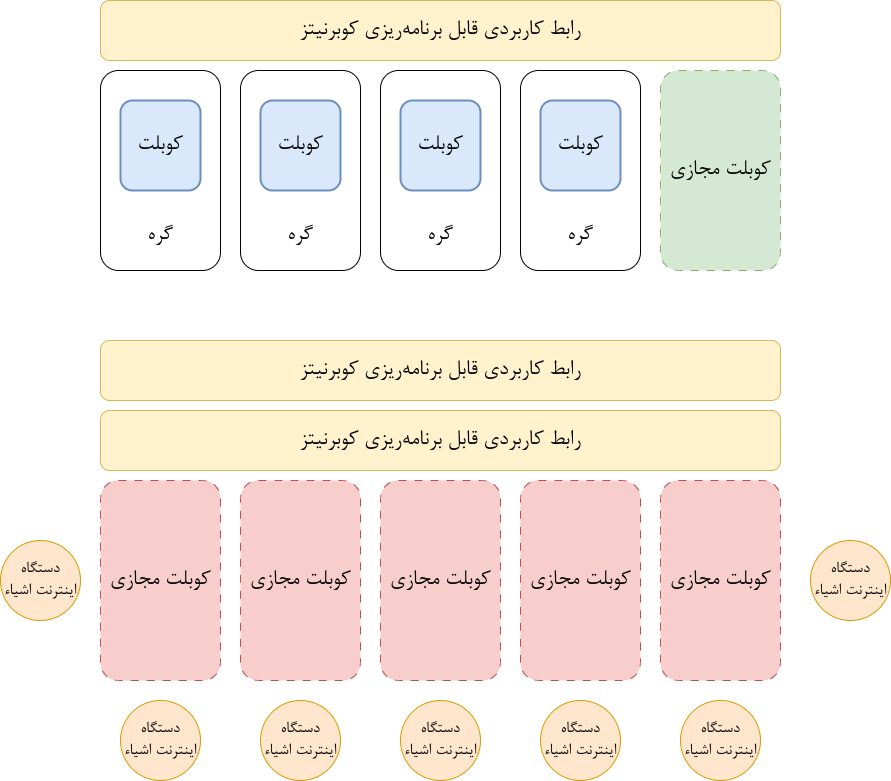
Earlier version of the draw.io export docs/figs/arch.png (itzloop/iot-vkube). Source tidied: cells renumbered, new cells last; positions are measured from the earlier drawing's top-left corner, leaving out a move shared by most shapes.
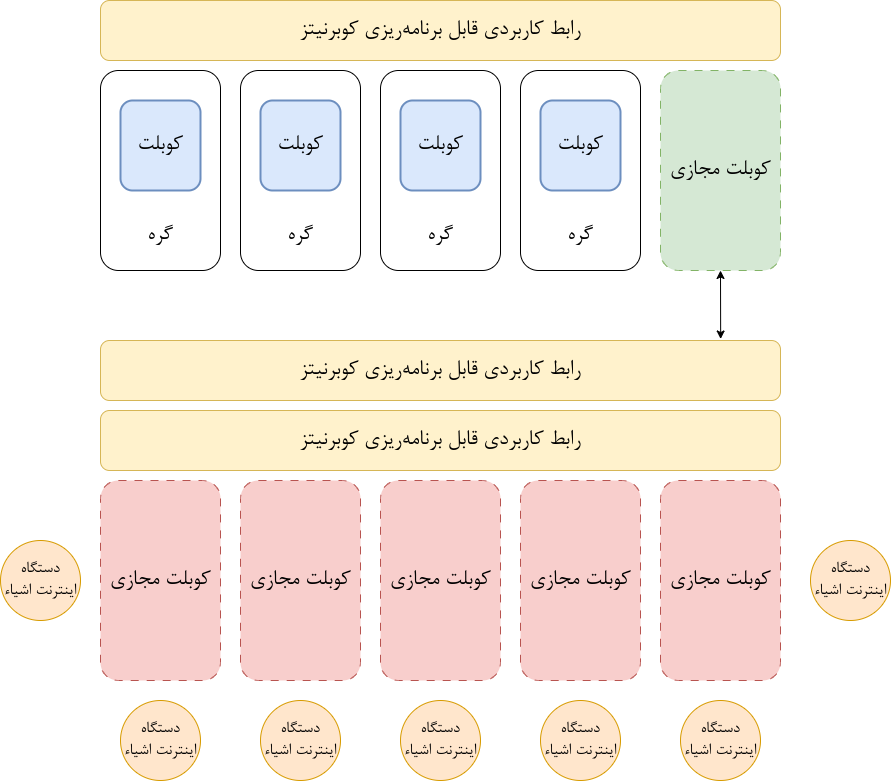
The same diagram one commit later.

The edit, as a diff of the source:
```diff
@@ -140,5 +140,8 @@
     <mxCell id="47" value="&lt;font style=&quot;font-size: 18px;&quot;&gt;دستگاه اینترنت اشیاء&lt;/font&gt;" style="ellipse;whiteSpace=wrap;html=1;fillColor=#ffe6cc;strokeColor=#d79b00;fontFamily=B Nazanin;" parent="2" vertex="1">
       <mxGeometry y="540" width="80" height="80" as="geometry" />
     </mxCell>
+    <mxCell id="48" style="endArrow=classic;startArrow=classic;html=1;rounded=0;exitX=0.912;exitY=-0.025;exitDx=0;exitDy=0;exitPerimeter=0;entryX=0.5;entryY=1;entryDx=0;entryDy=0;" parent="2" edge="1" source="34" target="4">
+      <mxGeometry relative="1" as="geometry" />
+    </mxCell>
   </root>
 </mxGraphModel>
```
